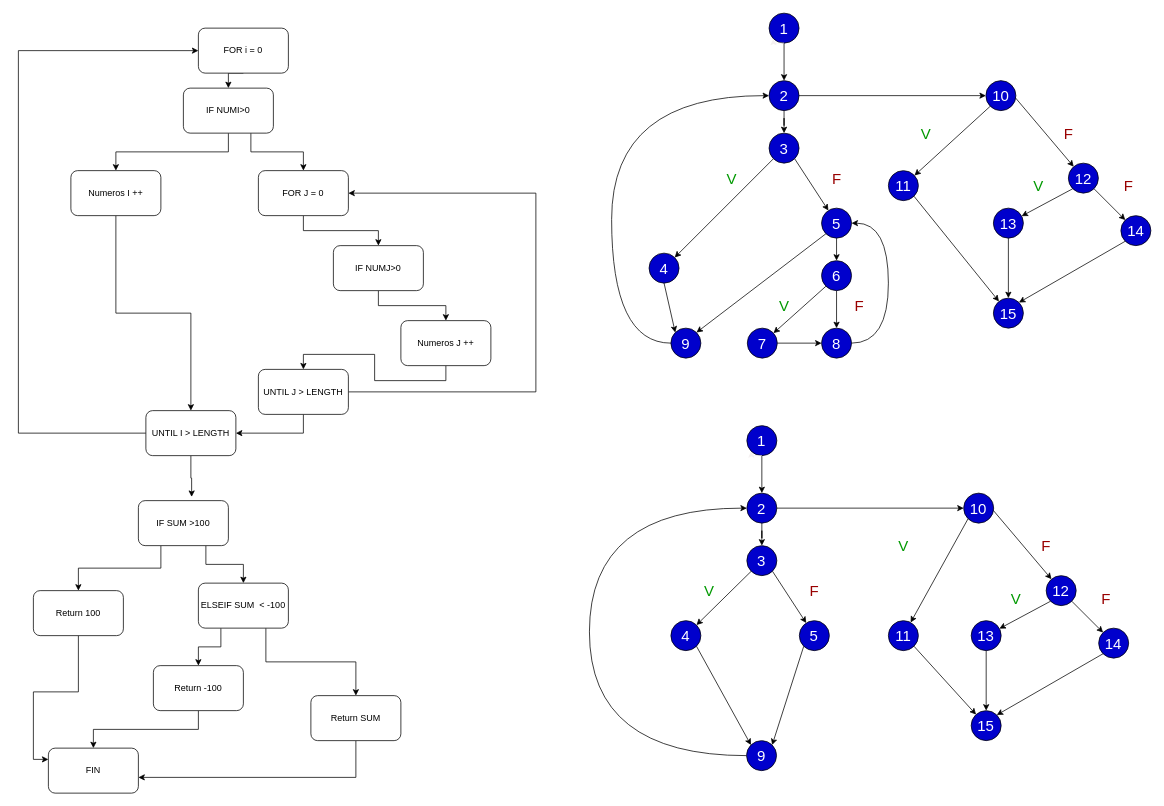
Above: Diagrama FOR.drawio in JamartinezSanAlberto/Diagramas (draw.io), before the change. Source tidied: cells renumbered, new cells numbered last; positions are measured from the earlier drawing's top-left corner, leaving out a move shared by most shapes. Both pictures are drawn from the tidied source at 75%, with x=0, y=0 at pixel (18, 13).
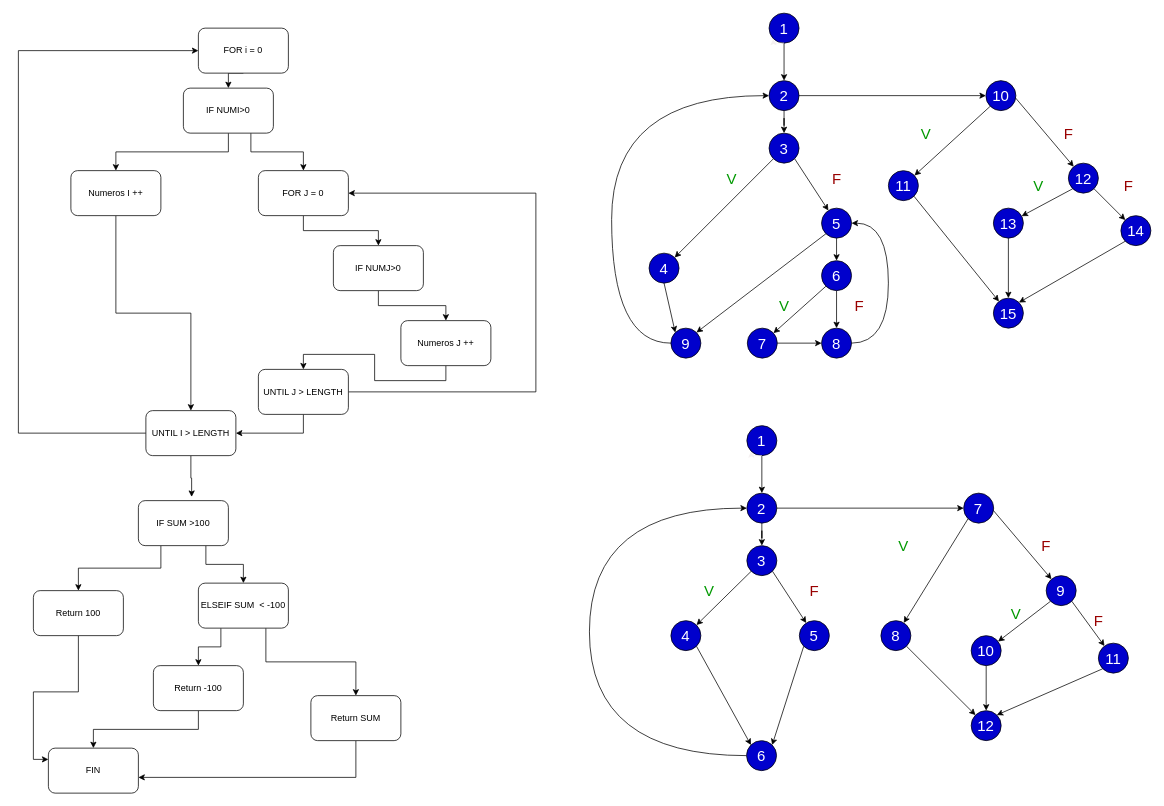
The same page after the edit.

Diff of the diagram source:
```diff
@@
-    <mxCell id="94" value="&lt;font style=&quot;font-size: 20px;&quot; color=&quot;#ffffff&quot;&gt;9&lt;/font&gt;" style="ellipse;whiteSpace=wrap;html=1;fillColor=#0000CC;fontSize=20;fontColor=#FFFFFF;" parent="1" vertex="1">
+    <mxCell id="94" value="&lt;font style=&quot;font-size: 20px;&quot; color=&quot;#ffffff&quot;&gt;6&lt;/font&gt;" style="ellipse;whiteSpace=wrap;html=1;fillColor=#0000CC;fontSize=20;fontColor=#FFFFFF;" parent="1" vertex="1">
       <mxGeometry x="970.9" y="970" width="40" height="40" as="geometry" />
     </mxCell>
@@
-    <mxCell id="97" value="&lt;font style=&quot;font-size: 20px;&quot; color=&quot;#ffffff&quot;&gt;10&lt;/font&gt;" style="ellipse;whiteSpace=wrap;html=1;fillColor=#0000CC;fontSize=20;fontColor=#FFFFFF;" parent="1" vertex="1">
+    <mxCell id="97" value="&lt;font style=&quot;font-size: 20px;&quot; color=&quot;#ffffff&quot;&gt;7&lt;/font&gt;" style="ellipse;whiteSpace=wrap;html=1;fillColor=#0000CC;fontSize=20;fontColor=#FFFFFF;" parent="1" vertex="1">
       <mxGeometry x="1260.4" y="640" width="40" height="40" as="geometry" />
     </mxCell>
@@
-    <mxCell id="99" value="&lt;font style=&quot;font-size: 20px;&quot; color=&quot;#ffffff&quot;&gt;11&lt;/font&gt;" style="ellipse;whiteSpace=wrap;html=1;fillColor=#0000CC;fontSize=20;fontColor=#FFFFFF;" parent="1" vertex="1">
-      <mxGeometry x="1160" y="810" width="40" height="40" as="geometry" />
+    <mxCell id="99" value="&lt;font style=&quot;font-size: 20px;&quot; color=&quot;#ffffff&quot;&gt;8&lt;/font&gt;" style="ellipse;whiteSpace=wrap;html=1;fillColor=#0000CC;fontSize=20;fontColor=#FFFFFF;" parent="1" vertex="1">
+      <mxGeometry x="1150" y="810" width="40" height="40" as="geometry" />
     </mxCell>
@@
-    <mxCell id="102" value="&lt;font style=&quot;font-size: 20px;&quot; color=&quot;#ffffff&quot;&gt;12&lt;/font&gt;" style="ellipse;whiteSpace=wrap;html=1;fillColor=#0000CC;fontSize=20;fontColor=#FFFFFF;" parent="1" vertex="1">
+    <mxCell id="102" value="&lt;font style=&quot;font-size: 20px;&quot; color=&quot;#ffffff&quot;&gt;9&lt;/font&gt;" style="ellipse;whiteSpace=wrap;html=1;fillColor=#0000CC;fontSize=20;fontColor=#FFFFFF;" parent="1" vertex="1">
       <mxGeometry x="1370.4" y="750" width="40" height="40" as="geometry" />
     </mxCell>
@@
-    <mxCell id="104" value="&lt;font style=&quot;font-size: 20px;&quot; color=&quot;#ffffff&quot;&gt;14&lt;/font&gt;" style="ellipse;whiteSpace=wrap;html=1;fillColor=#0000CC;fontSize=20;fontColor=#FFFFFF;" parent="1" vertex="1">
-      <mxGeometry x="1440.4" y="820" width="40" height="40" as="geometry" />
+    <mxCell id="104" value="&lt;font style=&quot;font-size: 20px;&quot; color=&quot;#ffffff&quot;&gt;11&lt;/font&gt;" style="ellipse;whiteSpace=wrap;html=1;fillColor=#0000CC;fontSize=20;fontColor=#FFFFFF;" parent="1" vertex="1">
+      <mxGeometry x="1440" y="840" width="40" height="40" as="geometry" />
     </mxCell>
-    <mxCell id="105" value="&lt;font style=&quot;font-size: 20px;&quot; color=&quot;#ffffff&quot;&gt;15&lt;/font&gt;" style="ellipse;whiteSpace=wrap;html=1;fillColor=#0000CC;fontSize=20;fontColor=#FFFFFF;" parent="1" vertex="1">
+    <mxCell id="105" value="&lt;font style=&quot;font-size: 20px;&quot; color=&quot;#ffffff&quot;&gt;12&lt;/font&gt;" style="ellipse;whiteSpace=wrap;html=1;fillColor=#0000CC;fontSize=20;fontColor=#FFFFFF;" parent="1" vertex="1">
       <mxGeometry x="1270.4" y="930" width="40" height="40" as="geometry" />
     </mxCell>
@@
-    <mxCell id="107" value="&lt;font style=&quot;font-size: 20px;&quot; color=&quot;#ffffff&quot;&gt;13&lt;/font&gt;" style="ellipse;whiteSpace=wrap;html=1;fillColor=#0000CC;fontSize=20;fontColor=#FFFFFF;" parent="1" vertex="1">
-      <mxGeometry x="1270.4" y="810" width="40" height="40" as="geometry" />
+    <mxCell id="107" value="&lt;font style=&quot;font-size: 20px;&quot; color=&quot;#ffffff&quot;&gt;10&lt;/font&gt;" style="ellipse;whiteSpace=wrap;html=1;fillColor=#0000CC;fontSize=20;fontColor=#FFFFFF;" parent="1" vertex="1">
+      <mxGeometry x="1270.4" y="830" width="40" height="40" as="geometry" />
     </mxCell>
@@
     <mxCell id="109" value="&lt;font color=&quot;#009900&quot;&gt;V&lt;/font&gt;" style="text;html=1;align=center;verticalAlign=middle;strokeColor=none;fillColor=none;fontSize=20;fontColor=#FFFFFF;" parent="1" vertex="1">
-      <mxGeometry x="1310.4" y="760" width="40" height="40" as="geometry" />
+      <mxGeometry x="1310.4" y="780" width="40" height="40" as="geometry" />
     </mxCell>
@@
     <mxCell id="111" value="&lt;font color=&quot;#990000&quot;&gt;F&lt;/font&gt;" style="text;html=1;align=center;verticalAlign=middle;strokeColor=none;fillColor=none;fontSize=20;fontColor=#FFFFFF;" parent="1" vertex="1">
-      <mxGeometry x="1430.4" y="760" width="40" height="40" as="geometry" />
+      <mxGeometry x="1420" y="790" width="40" height="40" as="geometry" />
     </mxCell>
```
